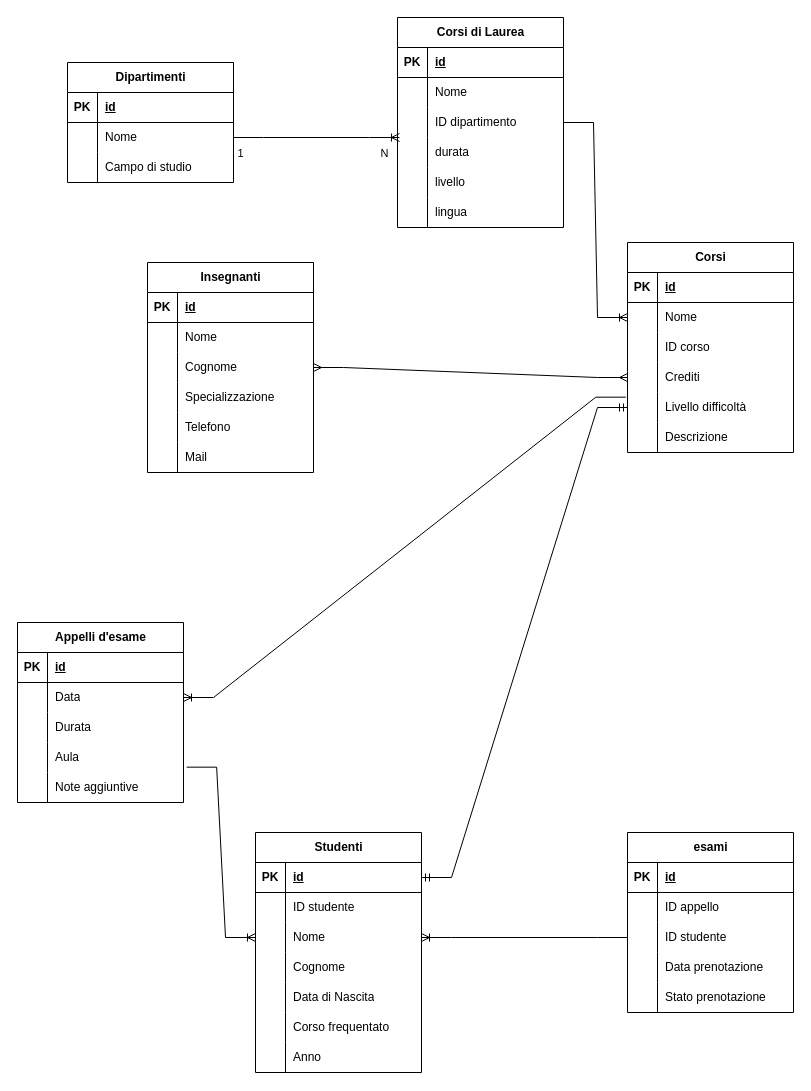
Before: db-university.drawio in Bistaaa/db-university, a draw.io diagram. Source tidied: cells renumbered, new cells numbered last; positions are measured from the earlier drawing's top-left corner, leaving out a move shared by most shapes. Both pictures are drawn from the tidied source at 100%, with x=0, y=0 at pixel (17, 17).
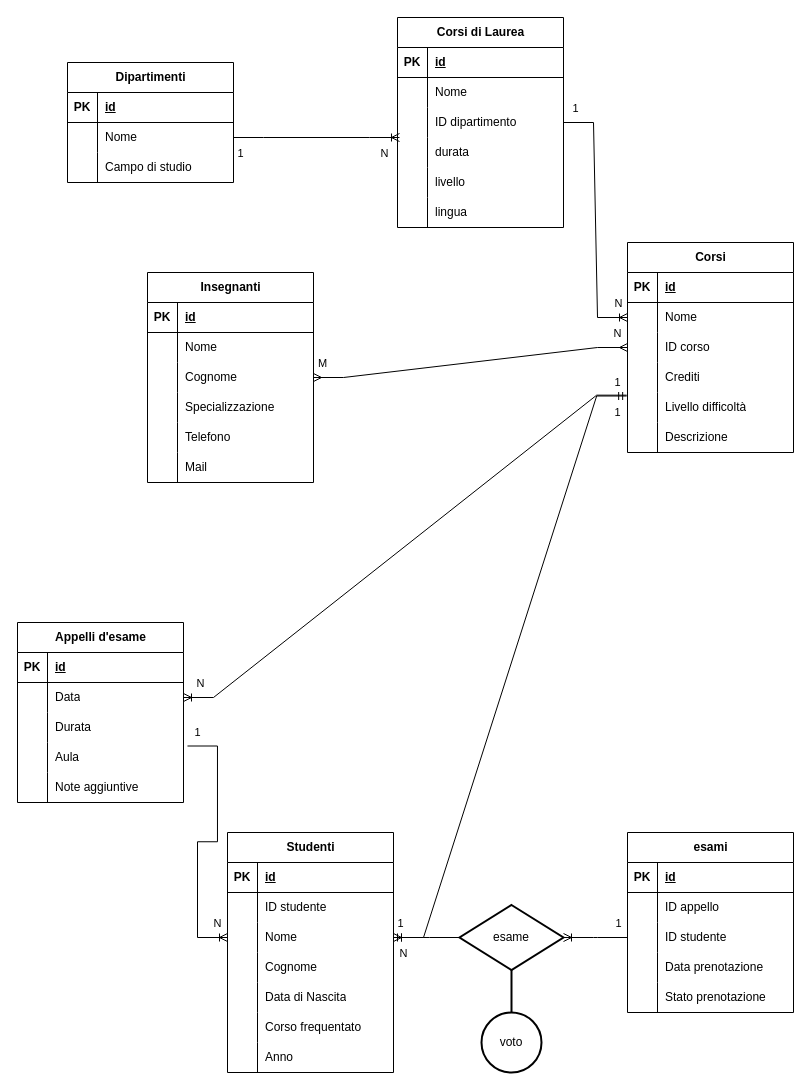
The same page after the edit.

Commit message (it also covers changes not shown here):
esercizio myphpadmin

Unchanged cells that the change refers to:
```xml
<mxCell id="38" style="shape=tableRow;horizontal=0;startSize=0;swimlaneHead=0;swimlaneBody=0;fillColor=none;points=[[0,0.5],[1,0.5]];portConstraint=eastwest;top=0;left=0;right=0;bottom=0;" parent="31" vertex="1">
  <mxGeometry y="90" width="166" height="30" as="geometry" />
</mxCell>
<mxCell id="41" style="shape=tableRow;horizontal=0;startSize=0;swimlaneHead=0;swimlaneBody=0;fillColor=none;points=[[0,0.5],[1,0.5]];portConstraint=eastwest;top=0;left=0;right=0;bottom=0;" parent="31" vertex="1">
  <mxGeometry y="120" width="166" height="30" as="geometry" />
</mxCell>
<mxCell id="44" style="shape=tableRow;horizontal=0;startSize=0;swimlaneHead=0;swimlaneBody=0;fillColor=none;points=[[0,0.5],[1,0.5]];portConstraint=eastwest;top=0;left=0;right=0;bottom=0;" parent="31" vertex="1">
  <mxGeometry y="150" width="166" height="30" as="geometry" />
</mxCell>
<mxCell id="57" style="shape=tableRow;horizontal=0;startSize=0;swimlaneHead=0;swimlaneBody=0;fillColor=none;points=[[0,0.5],[1,0.5]];portConstraint=eastwest;top=0;left=0;right=0;bottom=0;" parent="50" vertex="1">
  <mxGeometry y="90" width="166" height="30" as="geometry" />
</mxCell>
<mxCell id="73" style="shape=tableRow;horizontal=0;startSize=0;swimlaneHead=0;swimlaneBody=0;fillColor=none;points=[[0,0.5],[1,0.5]];portConstraint=eastwest;top=0;left=0;right=0;bottom=0;" parent="69" vertex="1">
  <mxGeometry y="60" width="166" height="30" as="geometry" />
</mxCell>
<mxCell id="79" style="shape=tableRow;horizontal=0;startSize=0;swimlaneHead=0;swimlaneBody=0;fillColor=none;points=[[0,0.5],[1,0.5]];portConstraint=eastwest;top=0;left=0;right=0;bottom=0;" parent="69" vertex="1">
  <mxGeometry y="120" width="166" height="30" as="geometry" />
</mxCell>
<mxCell id="86" style="shape=tableRow;horizontal=0;startSize=0;swimlaneHead=0;swimlaneBody=0;fillColor=none;points=[[0,0.5],[1,0.5]];portConstraint=eastwest;top=0;left=0;right=0;bottom=1;" parent="85" vertex="1">
  <mxGeometry y="30" width="166" height="30" as="geometry" />
</mxCell>
<mxCell id="92" style="shape=tableRow;horizontal=0;startSize=0;swimlaneHead=0;swimlaneBody=0;fillColor=none;points=[[0,0.5],[1,0.5]];portConstraint=eastwest;top=0;left=0;right=0;bottom=0;" parent="85" vertex="1">
  <mxGeometry y="90" width="166" height="30" as="geometry" />
</mxCell>
<mxCell id="114" style="shape=tableRow;horizontal=0;startSize=0;swimlaneHead=0;swimlaneBody=0;fillColor=none;points=[[0,0.5],[1,0.5]];portConstraint=eastwest;top=0;left=0;right=0;bottom=0;" parent="107" vertex="1">
  <mxGeometry y="90" width="166" height="30" as="geometry" />
</mxCell>
<mxCell id="126" style="edgeStyle=entityRelationEdgeStyle;fontSize=12;html=1;endArrow=ERoneToMany;rounded=0;exitX=1;exitY=0.5;exitDx=0;exitDy=0;entryX=0;entryY=0.5;entryDx=0;entryDy=0;" parent="1" edge="1" source="19" target="35">
  <mxGeometry relative="1" as="geometry" />
</mxCell>
```

The edit, as a diff of the source:
```diff
@@
     <mxCell id="50" value="Insegnanti" style="shape=table;startSize=30;childLayout=tableLayout;rowLines=0;fontStyle=1;align=center;html=1;" parent="1" vertex="1">
-      <mxGeometry x="130" y="245" width="166" height="210" as="geometry" />
+      <mxGeometry x="130" y="255" width="166" height="210" as="geometry" />
     </mxCell>
@@
     <mxCell id="85" value="Studenti" style="shape=table;startSize=30;childLayout=tableLayout;rowLines=0;fontStyle=1;align=center;html=1;" parent="1" vertex="1">
-      <mxGeometry x="238" y="815" width="166" height="240" as="geometry" />
+      <mxGeometry x="210" y="815" width="166" height="240" as="geometry" />
     </mxCell>
@@
+    <mxCell id="132" value="1" style="edgeLabel;html=1;align=center;verticalAlign=middle;" parent="126" vertex="1">
+      <mxGeometry x="-0.91" y="-2" relative="1" as="geometry">
+        <mxPoint y="-17" as="offset" />
+      </mxGeometry>
+    </mxCell>
+    <mxCell id="133" value="N" style="edgeLabel;html=1;align=center;verticalAlign=middle;" parent="126" vertex="1">
+      <mxGeometry x="0.93" relative="1" as="geometry">
+        <mxPoint y="-15" as="offset" />
+      </mxGeometry>
+    </mxCell>
-    <mxCell id="127" style="edgeStyle=entityRelationEdgeStyle;fontSize=12;html=1;endArrow=ERmany;startArrow=ERmany;rounded=0;entryX=0;entryY=0.5;entryDx=0;entryDy=0;exitX=1;exitY=0.5;exitDx=0;exitDy=0;" parent="1" edge="1" source="57" target="41">
+    <mxCell id="127" style="edgeStyle=entityRelationEdgeStyle;fontSize=12;html=1;endArrow=ERmany;startArrow=ERmany;rounded=0;entryX=0;entryY=0.5;entryDx=0;entryDy=0;exitX=1;exitY=0.5;exitDx=0;exitDy=0;" parent="1" edge="1" source="57" target="38">
       <mxGeometry relative="1" as="geometry" />
     </mxCell>
+    <mxCell id="134" value="N" style="edgeLabel;html=1;align=center;verticalAlign=middle;" parent="127" vertex="1">
+      <mxGeometry x="0.93" y="1" relative="1" as="geometry">
+        <mxPoint y="-14" as="offset" />
+      </mxGeometry>
+    </mxCell>
+    <mxCell id="135" value="M" style="edgeLabel;html=1;align=center;verticalAlign=middle;" parent="127" vertex="1">
+      <mxGeometry x="-0.95" y="1" relative="1" as="geometry">
+        <mxPoint y="-14" as="offset" />
+      </mxGeometry>
+    </mxCell>
-    <mxCell id="128" style="edgeStyle=entityRelationEdgeStyle;fontSize=12;html=1;endArrow=ERoneToMany;rounded=0;entryX=1;entryY=0.5;entryDx=0;entryDy=0;exitX=-0.01;exitY=0.156;exitDx=0;exitDy=0;exitPerimeter=0;" parent="1" edge="1" source="44" target="73">
+    <mxCell id="128" style="edgeStyle=entityRelationEdgeStyle;fontSize=12;html=1;endArrow=ERoneToMany;rounded=0;entryX=1;entryY=0.5;entryDx=0;entryDy=0;exitX=-0.005;exitY=0.089;exitDx=0;exitDy=0;exitPerimeter=0;" parent="1" edge="1" source="44" target="73">
       <mxGeometry relative="1" as="geometry" />
     </mxCell>
+    <mxCell id="136" value="N" style="edgeLabel;html=1;align=center;verticalAlign=middle;" parent="128" vertex="1">
+      <mxGeometry x="0.94" y="-1" relative="1" as="geometry">
+        <mxPoint y="-14" as="offset" />
+      </mxGeometry>
+    </mxCell>
-    <mxCell id="129" style="edgeStyle=entityRelationEdgeStyle;fontSize=12;html=1;endArrow=ERoneToMany;rounded=0;entryX=0;entryY=0.5;entryDx=0;entryDy=0;exitX=1.019;exitY=0.822;exitDx=0;exitDy=0;exitPerimeter=0;" parent="1" edge="1" source="79" target="92">
+    <mxCell id="129" style="edgeStyle=entityRelationEdgeStyle;fontSize=12;html=1;endArrow=ERoneToMany;rounded=0;entryX=0;entryY=0.5;entryDx=0;entryDy=0;exitX=1.024;exitY=0.117;exitDx=0;exitDy=0;exitPerimeter=0;" parent="1" edge="1" source="79" target="92">
       <mxGeometry relative="1" as="geometry" />
     </mxCell>
+    <mxCell id="137" value="1" style="edgeLabel;html=1;align=center;verticalAlign=middle;" parent="129" vertex="1">
+      <mxGeometry x="-0.93" relative="1" as="geometry">
+        <mxPoint y="-14" as="offset" />
+      </mxGeometry>
+    </mxCell>
+    <mxCell id="138" value="N" style="edgeLabel;html=1;align=center;verticalAlign=middle;" parent="129" vertex="1">
+      <mxGeometry x="0.92" y="-1" relative="1" as="geometry">
+        <mxPoint y="-16" as="offset" />
+      </mxGeometry>
+    </mxCell>
-    <mxCell id="130" style="edgeStyle=entityRelationEdgeStyle;fontSize=12;html=1;endArrow=ERoneToMany;rounded=0;entryX=1;entryY=0.5;entryDx=0;entryDy=0;exitX=0;exitY=0.5;exitDx=0;exitDy=0;" parent="1" edge="1" source="114" target="92">
+    <mxCell id="130" style="edgeStyle=entityRelationEdgeStyle;fontSize=12;html=1;endArrow=ERoneToMany;rounded=0;entryX=1;entryY=0.5;entryDx=0;entryDy=0;exitX=0;exitY=0.5;exitDx=0;exitDy=0;" parent="1" edge="1" source="145" target="92">
       <mxGeometry relative="1" as="geometry" />
     </mxCell>
-    <mxCell id="131" style="edgeStyle=entityRelationEdgeStyle;fontSize=12;html=1;endArrow=ERmandOne;startArrow=ERmandOne;rounded=0;exitX=1;exitY=0.5;exitDx=0;exitDy=0;entryX=0;entryY=0.5;entryDx=0;entryDy=0;" parent="1" edge="1" source="86" target="44">
+    <mxCell id="131" style="edgeStyle=entityRelationEdgeStyle;fontSize=12;html=1;endArrow=ERmandOne;startArrow=ERmandOne;rounded=0;exitX=1;exitY=0.5;exitDx=0;exitDy=0;entryX=-0.005;entryY=0.117;entryDx=0;entryDy=0;entryPerimeter=0;" parent="1" edge="1" source="92" target="44">
       <mxGeometry relative="1" as="geometry" />
     </mxCell>
+    <mxCell id="139" value="1" style="edgeLabel;html=1;align=center;verticalAlign=middle;" parent="131" vertex="1">
+      <mxGeometry x="0.95" y="3" relative="1" as="geometry">
+        <mxPoint x="6" y="-11" as="offset" />
+      </mxGeometry>
+    </mxCell>
+    <mxCell id="140" value="1" style="edgeLabel;html=1;align=center;verticalAlign=middle;" parent="131" vertex="1">
+      <mxGeometry x="0.97" y="-2" relative="1" as="geometry">
+        <mxPoint y="14" as="offset" />
+      </mxGeometry>
+    </mxCell>
+    <mxCell id="141" value="1" style="edgeLabel;html=1;align=center;verticalAlign=middle;" parent="131" vertex="1">
+      <mxGeometry x="-0.98" y="3" relative="1" as="geometry">
+        <mxPoint y="-12" as="offset" />
+      </mxGeometry>
+    </mxCell>
+    <mxCell id="142" value="N" style="edgeLabel;html=1;align=center;verticalAlign=middle;" parent="131" vertex="1">
+      <mxGeometry x="-0.97" relative="1" as="geometry">
+        <mxPoint y="15" as="offset" />
+      </mxGeometry>
+    </mxCell>
+    <mxCell id="143" style="edgeStyle=entityRelationEdgeStyle;fontSize=12;html=1;endArrow=ERoneToMany;rounded=0;entryX=1;entryY=0.5;entryDx=0;entryDy=0;exitX=0;exitY=0.5;exitDx=0;exitDy=0;" parent="1" edge="1" source="114" target="145">
+      <mxGeometry relative="1" as="geometry" />
+    </mxCell>
+    <mxCell id="144" value="1" style="edgeLabel;html=1;align=center;verticalAlign=middle;" parent="143" vertex="1">
+      <mxGeometry x="-0.38" y="-3" relative="1" as="geometry">
+        <mxPoint x="10" y="-12" as="offset" />
+      </mxGeometry>
+    </mxCell>
+    <mxCell id="145" value="esame" style="strokeWidth=2;html=1;shape=mxgraph.flowchart.decision;whiteSpace=wrap;" parent="1" vertex="1">
+      <mxGeometry x="442" y="887.5" width="104" height="65" as="geometry" />
+    </mxCell>
+    <mxCell id="146" value="voto" style="strokeWidth=2;html=1;shape=mxgraph.flowchart.start_2;whiteSpace=wrap;" parent="1" vertex="1">
+      <mxGeometry x="464" y="995" width="60" height="60" as="geometry" />
+    </mxCell>
+    <mxCell id="147" style="line;strokeWidth=2;direction=south;html=1;" parent="1" vertex="1">
+      <mxGeometry x="489" y="952.5" width="10" height="42.5" as="geometry" />
+    </mxCell>
```
